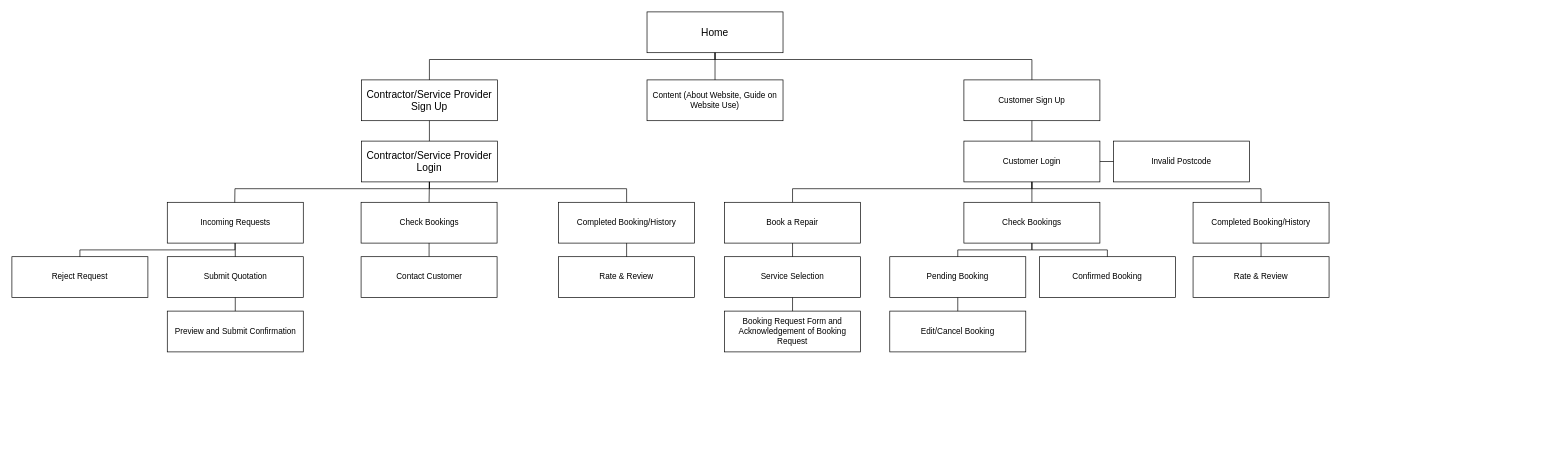
This is WDT Navigational Structure.drawio from JussSelenite/JussSelenite, a draw.io file, before an edit. Source tidied: cells renumbered, new cells numbered last; positions are measured from the earlier drawing's top-left corner, leaving out a move shared by most shapes. Both pictures are drawn from the tidied source at 68%, with x=0, y=0 at pixel (12, 12).
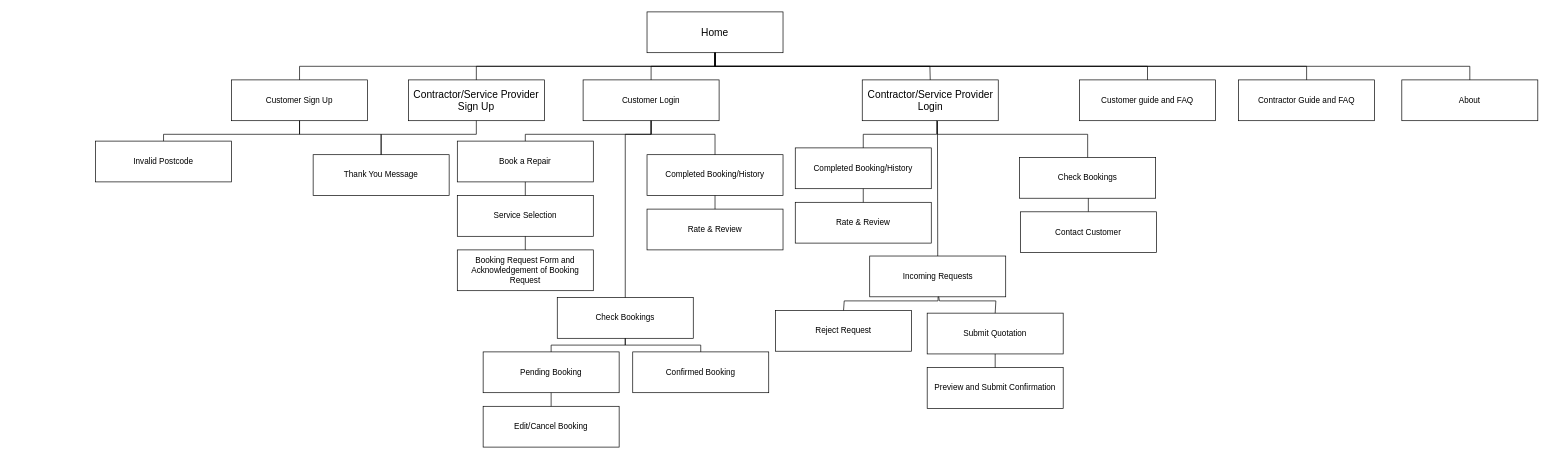
After the change.

Unchanged cells that the change refers to:
```xml
<mxCell id="2" value="&lt;font style=&quot;font-size: 15px;&quot;&gt;Home&lt;/font&gt;" style="rounded=0;whiteSpace=wrap;html=1;" parent="1" vertex="1">
  <mxGeometry x="934" width="200" height="60" as="geometry" />
</mxCell>
```

The edit, as a diff of the source:
```diff
@@
     <mxCell id="3" value="&lt;font style=&quot;font-size: 15px;&quot;&gt;Contractor/Service Provider Sign Up&lt;/font&gt;" style="rounded=0;whiteSpace=wrap;html=1;" parent="1" vertex="1">
-      <mxGeometry x="514" y="100" width="200" height="60" as="geometry" />
+      <mxGeometry x="583" y="100" width="200" height="60" as="geometry" />
     </mxCell>
-    <mxCell id="4" value="Content (About Website, Guide on Website Use)" style="rounded=0;whiteSpace=wrap;html=1;" parent="1" vertex="1">
-      <mxGeometry x="934" y="100" width="200" height="60" as="geometry" />
+    <mxCell id="4" value="Customer guide and FAQ" style="rounded=0;whiteSpace=wrap;html=1;" parent="1" vertex="1">
+      <mxGeometry x="1570" y="100" width="200" height="60" as="geometry" />
     </mxCell>
     <mxCell id="5" value="Customer Sign Up" style="rounded=0;whiteSpace=wrap;html=1;" parent="1" vertex="1">
-      <mxGeometry x="1400" y="100" width="200" height="60" as="geometry" />
+      <mxGeometry x="323" y="100" width="200" height="60" as="geometry" />
     </mxCell>
-    <mxCell id="6" style="endArrow=none;html=1;rounded=0;entryX=0.5;entryY=1;entryDx=0;entryDy=0;exitX=0.5;exitY=0;exitDx=0;exitDy=0;" parent="1" edge="1" source="3" target="2">
-      <mxGeometry relative="1" as="geometry">
-        <Array as="points">
-          <mxPoint x="614" y="70" />
-          <mxPoint x="1034" y="70" />
-        </Array>
-      </mxGeometry>
-    </mxCell>
-    <mxCell id="7" style="endArrow=none;html=1;rounded=0;entryX=0.5;entryY=1;entryDx=0;entryDy=0;exitX=0.5;exitY=0;exitDx=0;exitDy=0;" parent="1" edge="1" source="4" target="2">
-      <mxGeometry relative="1" as="geometry" />
-    </mxCell>
-    <mxCell id="8" style="endArrow=none;html=1;rounded=0;entryX=0.5;entryY=1;entryDx=0;entryDy=0;exitX=0.5;exitY=0;exitDx=0;exitDy=0;" parent="1" edge="1" source="5" target="2">
-      <mxGeometry relative="1" as="geometry">
-        <Array as="points">
-          <mxPoint x="1500" y="70" />
-          <mxPoint x="1034" y="70" />
-        </Array>
-      </mxGeometry>
-    </mxCell>
     <mxCell id="9" value="Invalid Postcode" style="rounded=0;whiteSpace=wrap;html=1;" parent="1" vertex="1">
-      <mxGeometry x="1620" y="190" width="200" height="60" as="geometry" />
+      <mxGeometry x="123" y="190" width="200" height="60" as="geometry" />
     </mxCell>
     <mxCell id="10" value="Customer Login" style="rounded=0;whiteSpace=wrap;html=1;" parent="1" vertex="1">
-      <mxGeometry x="1400" y="190" width="200" height="60" as="geometry" />
+      <mxGeometry x="840" y="100" width="200" height="60" as="geometry" />
     </mxCell>
-    <mxCell id="11" style="endArrow=none;html=1;rounded=0;entryX=0.5;entryY=0;entryDx=0;entryDy=0;exitX=0.5;exitY=1;exitDx=0;exitDy=0;" parent="1" edge="1" source="5" target="10">
-      <mxGeometry relative="1" as="geometry" />
-    </mxCell>
-    <mxCell id="12" style="endArrow=none;html=1;rounded=0;entryX=0;entryY=0.5;entryDx=0;entryDy=0;exitX=1;exitY=0.5;exitDx=0;exitDy=0;" parent="1" edge="1" source="10" target="9">
-      <mxGeometry relative="1" as="geometry" />
-    </mxCell>
     <mxCell id="13" value="Check Bookings" style="rounded=0;whiteSpace=wrap;html=1;" parent="1" vertex="1">
-      <mxGeometry x="1400" y="280" width="200" height="60" as="geometry" />
+      <mxGeometry x="802" y="420" width="200" height="60" as="geometry" />
     </mxCell>
     <mxCell id="14" value="Book a Repair" style="rounded=0;whiteSpace=wrap;html=1;" parent="1" vertex="1">
-      <mxGeometry x="1048" y="280" width="200" height="60" as="geometry" />
+      <mxGeometry x="655" y="190" width="200" height="60" as="geometry" />
     </mxCell>
     <mxCell id="15" value="Completed Booking/History" style="rounded=0;whiteSpace=wrap;html=1;" parent="1" vertex="1">
-      <mxGeometry x="1737" y="280" width="200" height="60" as="geometry" />
+      <mxGeometry x="934" y="210" width="200" height="60" as="geometry" />
     </mxCell>
     <mxCell id="16" style="endArrow=none;html=1;rounded=0;entryX=0.5;entryY=1;entryDx=0;entryDy=0;exitX=0.5;exitY=0;exitDx=0;exitDy=0;" parent="1" edge="1" source="13" target="10">
-      <mxGeometry relative="1" as="geometry" />
+      <mxGeometry relative="1" as="geometry">
+        <Array as="points">
+          <mxPoint x="902" y="180" />
+          <mxPoint x="940" y="180" />
+        </Array>
+      </mxGeometry>
     </mxCell>
     <mxCell id="17" style="endArrow=none;html=1;rounded=0;entryX=0.5;entryY=1;entryDx=0;entryDy=0;exitX=0.5;exitY=0;exitDx=0;exitDy=0;" parent="1" edge="1" source="14" target="10">
       <mxGeometry relative="1" as="geometry">
         <Array as="points">
-          <mxPoint x="1148" y="260" />
-          <mxPoint x="1500" y="260" />
+          <mxPoint x="755" y="180" />
+          <mxPoint x="940" y="180" />
         </Array>
       </mxGeometry>
     </mxCell>
-    <mxCell id="18" style="endArrow=none;html=1;rounded=0;entryX=0.5;entryY=1;entryDx=0;entryDy=0;exitX=0.5;exitY=0;exitDx=0;exitDy=0;" parent="1" edge="1" source="15" target="10">
-      <mxGeometry relative="1" as="geometry">
-        <Array as="points">
-          <mxPoint x="1837" y="260" />
-          <mxPoint x="1500" y="260" />
-        </Array>
-      </mxGeometry>
-    </mxCell>
     <mxCell id="19" value="Service Selection" style="rounded=0;whiteSpace=wrap;html=1;" parent="1" vertex="1">
-      <mxGeometry x="1048" y="360" width="200" height="60" as="geometry" />
+      <mxGeometry x="655" y="270" width="200" height="60" as="geometry" />
     </mxCell>
@@
     <mxCell id="21" value="Booking Request Form and Acknowledgement of Booking Request" style="rounded=0;whiteSpace=wrap;html=1;" parent="1" vertex="1">
-      <mxGeometry x="1048" y="440" width="200" height="60" as="geometry" />
+      <mxGeometry x="655" y="350" width="200" height="60" as="geometry" />
     </mxCell>
@@
     <mxCell id="23" value="Pending Booking" style="rounded=0;whiteSpace=wrap;html=1;" parent="1" vertex="1">
-      <mxGeometry x="1291" y="360" width="200" height="60" as="geometry" />
+      <mxGeometry x="693" y="500" width="200" height="60" as="geometry" />
     </mxCell>
     <mxCell id="24" value="Confirmed Booking" style="rounded=0;whiteSpace=wrap;html=1;" parent="1" vertex="1">
-      <mxGeometry x="1511" y="360" width="200" height="60" as="geometry" />
+      <mxGeometry x="913" y="500" width="200" height="60" as="geometry" />
     </mxCell>
     <mxCell id="25" style="endArrow=none;html=1;rounded=0;entryX=0.5;entryY=1;entryDx=0;entryDy=0;exitX=0.5;exitY=0;exitDx=0;exitDy=0;" parent="1" edge="1" source="23">
       <mxGeometry relative="1" as="geometry">
-        <mxPoint x="1500" y="340" as="targetPoint" />
+        <mxPoint x="902" y="480" as="targetPoint" />
         <Array as="points">
-          <mxPoint x="1391" y="350" />
-          <mxPoint x="1500" y="350" />
+          <mxPoint x="793" y="490" />
+          <mxPoint x="902" y="490" />
         </Array>
       </mxGeometry>
     </mxCell>
     <mxCell id="26" style="endArrow=none;html=1;rounded=0;entryX=0.5;entryY=1;entryDx=0;entryDy=0;exitX=0.5;exitY=0;exitDx=0;exitDy=0;" parent="1" edge="1" source="24" target="13">
       <mxGeometry relative="1" as="geometry">
         <Array as="points">
-          <mxPoint x="1611" y="350" />
-          <mxPoint x="1500" y="350" />
+          <mxPoint x="1013" y="490" />
+          <mxPoint x="902" y="490" />
         </Array>
       </mxGeometry>
     </mxCell>
     <mxCell id="27" value="Edit/Cancel Booking" style="rounded=0;whiteSpace=wrap;html=1;" parent="1" vertex="1">
-      <mxGeometry x="1291" y="440" width="200" height="60" as="geometry" />
+      <mxGeometry x="693" y="580" width="200" height="60" as="geometry" />
     </mxCell>
@@
     <mxCell id="29" value="Rate &amp;amp; Review" style="rounded=0;whiteSpace=wrap;html=1;" parent="1" vertex="1">
-      <mxGeometry x="1737" y="360" width="200" height="60" as="geometry" />
+      <mxGeometry x="934" y="290" width="200" height="60" as="geometry" />
     </mxCell>
@@
     <mxCell id="31" value="&lt;font style=&quot;font-size: 15px;&quot;&gt;Contractor/Service Provider Login&lt;/font&gt;" style="rounded=0;whiteSpace=wrap;html=1;" parent="1" vertex="1">
-      <mxGeometry x="514" y="190" width="200" height="60" as="geometry" />
+      <mxGeometry x="1250.5" y="100" width="200" height="60" as="geometry" />
     </mxCell>
-    <mxCell id="32" style="endArrow=none;html=1;rounded=0;entryX=0.5;entryY=1;entryDx=0;entryDy=0;exitX=0.5;exitY=0;exitDx=0;exitDy=0;" parent="1" edge="1" source="31" target="3">
-      <mxGeometry relative="1" as="geometry" />
-    </mxCell>
     <mxCell id="33" value="Check Bookings" style="rounded=0;whiteSpace=wrap;html=1;" parent="1" vertex="1">
-      <mxGeometry x="513.5" y="280" width="200" height="60" as="geometry" />
+      <mxGeometry x="1482" y="214" width="200" height="60" as="geometry" />
     </mxCell>
     <mxCell id="34" value="Incoming Requests" style="rounded=0;whiteSpace=wrap;html=1;" parent="1" vertex="1">
-      <mxGeometry x="228.5" y="280" width="200" height="60" as="geometry" />
+      <mxGeometry x="1261.5" y="359" width="200" height="60" as="geometry" />
     </mxCell>
     <mxCell id="35" value="Completed Booking/History" style="rounded=0;whiteSpace=wrap;html=1;" parent="1" vertex="1">
-      <mxGeometry x="804" y="280" width="200" height="60" as="geometry" />
+      <mxGeometry x="1152" y="200" width="200" height="60" as="geometry" />
     </mxCell>
     <mxCell id="36" value="Submit Quotation" style="rounded=0;whiteSpace=wrap;html=1;" parent="1" vertex="1">
-      <mxGeometry x="228.5" y="360" width="200" height="60" as="geometry" />
+      <mxGeometry x="1346" y="443" width="200" height="60" as="geometry" />
     </mxCell>
-    <mxCell id="37" style="endArrow=none;html=1;rounded=0;entryX=0.5;entryY=1;entryDx=0;entryDy=0;exitX=0.5;exitY=0;exitDx=0;exitDy=0;" parent="1" edge="1" source="36" target="34">
-      <mxGeometry relative="1" as="geometry" />
+    <mxCell id="37" style="endArrow=none;html=1;rounded=0;exitX=0.5;exitY=0;exitDx=0;exitDy=0;entryX=0.507;entryY=0.994;entryDx=0;entryDy=0;entryPerimeter=0;" parent="1" edge="1" source="36" target="34">
+      <mxGeometry relative="1" as="geometry">
+        <Array as="points">
+          <mxPoint x="1447" y="425" />
+          <mxPoint x="1364" y="425" />
+        </Array>
+      </mxGeometry>
     </mxCell>
     <mxCell id="38" value="Preview and Submit Confirmation" style="rounded=0;whiteSpace=wrap;html=1;" parent="1" vertex="1">
-      <mxGeometry x="228.5" y="440" width="200" height="60" as="geometry" />
+      <mxGeometry x="1346" y="523" width="200" height="60" as="geometry" />
     </mxCell>
@@
     <mxCell id="40" style="endArrow=none;html=1;rounded=0;entryX=0.5;entryY=1;entryDx=0;entryDy=0;exitX=0.5;exitY=0;exitDx=0;exitDy=0;" parent="1" edge="1" source="41">
       <mxGeometry relative="1" as="geometry">
-        <mxPoint x="613.5" y="340" as="targetPoint" />
+        <mxPoint x="1583" y="274" as="targetPoint" />
         <Array as="points">
-          <mxPoint x="613.5" y="350" />
+          <mxPoint x="1583" y="284" />
         </Array>
       </mxGeometry>
     </mxCell>
     <mxCell id="41" value="Contact Customer" style="rounded=0;whiteSpace=wrap;html=1;" parent="1" vertex="1">
-      <mxGeometry x="513.5" y="360" width="200" height="60" as="geometry" />
+      <mxGeometry x="1483" y="294" width="200" height="60" as="geometry" />
     </mxCell>
     <mxCell id="42" value="Rate &amp;amp; Review" style="rounded=0;whiteSpace=wrap;html=1;" parent="1" vertex="1">
-      <mxGeometry x="804" y="360" width="200" height="60" as="geometry" />
+      <mxGeometry x="1152" y="280" width="200" height="60" as="geometry" />
     </mxCell>
@@
     <mxCell id="44" value="Reject Request" style="rounded=0;whiteSpace=wrap;html=1;" parent="1" vertex="1">
-      <mxGeometry y="360" width="200" height="60" as="geometry" />
+      <mxGeometry x="1123" y="439" width="200" height="60" as="geometry" />
     </mxCell>
     <mxCell id="45" style="endArrow=none;html=1;rounded=0;exitX=0.5;exitY=0;exitDx=0;exitDy=0;" parent="1" edge="1" source="44">
       <mxGeometry relative="1" as="geometry">
-        <mxPoint x="328" y="340" as="targetPoint" />
+        <mxPoint x="1362" y="419" as="targetPoint" />
         <Array as="points">
-          <mxPoint x="100" y="350" />
-          <mxPoint x="328" y="350" />
+          <mxPoint x="1224" y="425" />
+          <mxPoint x="1362" y="425" />
         </Array>
       </mxGeometry>
     </mxCell>
-    <mxCell id="46" style="endArrow=none;html=1;rounded=0;entryX=0.5;entryY=1;entryDx=0;entryDy=0;exitX=0.496;exitY=0.005;exitDx=0;exitDy=0;exitPerimeter=0;" parent="1" edge="1" source="34" target="31">
-      <mxGeometry relative="1" as="geometry">
-        <Array as="points">
-          <mxPoint x="328" y="260" />
-          <mxPoint x="614" y="260" />
-        </Array>
-      </mxGeometry>
-    </mxCell>
-    <mxCell id="47" style="endArrow=none;html=1;rounded=0;entryX=0.5;entryY=1;entryDx=0;entryDy=0;exitX=0.5;exitY=0;exitDx=0;exitDy=0;" parent="1" edge="1" source="33" target="31">
-      <mxGeometry relative="1" as="geometry" />
-    </mxCell>
+    <mxCell id="49" value="Thank You Message" style="rounded=0;whiteSpace=wrap;html=1;" parent="1" vertex="1">
+      <mxGeometry x="443" y="210" width="200" height="60" as="geometry" />
+    </mxCell>
+    <mxCell id="50" style="endArrow=none;html=1;rounded=0;entryX=0.5;entryY=1;entryDx=0;entryDy=0;exitX=0.5;exitY=0;exitDx=0;exitDy=0;" parent="1" edge="1" source="9" target="5">
+      <mxGeometry relative="1" as="geometry">
+        <Array as="points">
+          <mxPoint x="223" y="180" />
+          <mxPoint x="423" y="180" />
+        </Array>
+      </mxGeometry>
+    </mxCell>
+    <mxCell id="51" style="endArrow=none;html=1;rounded=0;exitX=0.5;exitY=1;exitDx=0;exitDy=0;entryX=0.5;entryY=0;entryDx=0;entryDy=0;" parent="1" edge="1" source="5" target="49">
+      <mxGeometry relative="1" as="geometry">
+        <Array as="points">
+          <mxPoint x="423" y="180" />
+          <mxPoint x="543" y="180" />
+        </Array>
+      </mxGeometry>
+    </mxCell>
+    <mxCell id="52" style="endArrow=none;html=1;rounded=0;entryX=0.5;entryY=1;entryDx=0;entryDy=0;exitX=0.5;exitY=0;exitDx=0;exitDy=0;" parent="1" edge="1" source="49" target="3">
+      <mxGeometry relative="1" as="geometry">
+        <Array as="points">
+          <mxPoint x="543" y="180" />
+          <mxPoint x="683" y="180" />
+        </Array>
+      </mxGeometry>
+    </mxCell>
+    <mxCell id="53" style="endArrow=none;html=1;rounded=0;entryX=0.5;entryY=0;entryDx=0;entryDy=0;exitX=0.5;exitY=1;exitDx=0;exitDy=0;" parent="1" edge="1" source="10" target="15">
+      <mxGeometry relative="1" as="geometry">
+        <Array as="points">
+          <mxPoint x="940" y="180" />
+          <mxPoint x="1034" y="180" />
+        </Array>
+      </mxGeometry>
+    </mxCell>
+    <mxCell id="54" style="endArrow=none;html=1;rounded=0;entryX=0.5;entryY=0;entryDx=0;entryDy=0;exitX=0.553;exitY=1.009;exitDx=0;exitDy=0;exitPerimeter=0;" parent="1" edge="1" source="31" target="34">
+      <mxGeometry relative="1" as="geometry" />
+    </mxCell>
+    <mxCell id="55" style="endArrow=none;html=1;rounded=0;entryX=0.5;entryY=0;entryDx=0;entryDy=0;exitX=0.552;exitY=1.009;exitDx=0;exitDy=0;exitPerimeter=0;" parent="1" edge="1" source="31" target="33">
+      <mxGeometry relative="1" as="geometry">
+        <Array as="points">
+          <mxPoint x="1361" y="180" />
+          <mxPoint x="1582" y="180" />
+        </Array>
+      </mxGeometry>
+    </mxCell>
-    <mxCell id="48" style="endArrow=none;html=1;rounded=0;entryX=0.5;entryY=0;entryDx=0;entryDy=0;exitX=0.5;exitY=1;exitDx=0;exitDy=0;" parent="1" edge="1" source="31" target="35">
+    <mxCell id="48" style="endArrow=none;html=1;rounded=0;entryX=0.5;entryY=0;entryDx=0;entryDy=0;exitX=0.548;exitY=0.996;exitDx=0;exitDy=0;exitPerimeter=0;" parent="1" edge="1" source="31" target="35">
       <mxGeometry relative="1" as="geometry">
         <Array as="points">
-          <mxPoint x="614" y="260" />
-          <mxPoint x="904" y="260" />
+          <mxPoint x="1360" y="180" />
+          <mxPoint x="1252" y="180" />
         </Array>
       </mxGeometry>
     </mxCell>
+    <mxCell id="8" style="endArrow=none;html=1;rounded=0;entryX=0.5;entryY=1;entryDx=0;entryDy=0;exitX=0.5;exitY=0;exitDx=0;exitDy=0;" parent="1" edge="1" source="5" target="2">
+      <mxGeometry relative="1" as="geometry">
+        <Array as="points">
+          <mxPoint x="423" y="80" />
+          <mxPoint x="1034" y="80" />
+        </Array>
+      </mxGeometry>
+    </mxCell>
+    <mxCell id="6" style="endArrow=none;html=1;rounded=0;exitX=0.5;exitY=0;exitDx=0;exitDy=0;entryX=0.5;entryY=1;entryDx=0;entryDy=0;" parent="1" edge="1" source="3" target="2">
+      <mxGeometry relative="1" as="geometry">
+        <Array as="points">
+          <mxPoint x="683" y="80" />
+          <mxPoint x="1034" y="80" />
+        </Array>
+      </mxGeometry>
+    </mxCell>
+    <mxCell id="56" style="endArrow=none;html=1;rounded=0;entryX=0.5;entryY=1;entryDx=0;entryDy=0;exitX=0.5;exitY=0;exitDx=0;exitDy=0;" parent="1" edge="1" source="10" target="2">
+      <mxGeometry relative="1" as="geometry">
+        <Array as="points">
+          <mxPoint x="940" y="80" />
+          <mxPoint x="1034" y="80" />
+        </Array>
+      </mxGeometry>
+    </mxCell>
+    <mxCell id="57" style="endArrow=none;html=1;rounded=0;entryX=0.5;entryY=0;entryDx=0;entryDy=0;exitX=0.5;exitY=1;exitDx=0;exitDy=0;" parent="1" edge="1" source="2" target="31">
+      <mxGeometry relative="1" as="geometry">
+        <Array as="points">
+          <mxPoint x="1034" y="80" />
+          <mxPoint x="1350" y="80" />
+        </Array>
+      </mxGeometry>
+    </mxCell>
+    <mxCell id="58" style="endArrow=none;html=1;rounded=0;exitX=0.5;exitY=1;exitDx=0;exitDy=0;entryX=0.5;entryY=0;entryDx=0;entryDy=0;" parent="1" edge="1" source="2" target="4">
+      <mxGeometry relative="1" as="geometry">
+        <Array as="points">
+          <mxPoint x="1034" y="80" />
+          <mxPoint x="1670" y="80" />
+        </Array>
+      </mxGeometry>
+    </mxCell>
+    <mxCell id="59" value="About" style="rounded=0;whiteSpace=wrap;html=1;" parent="1" vertex="1">
+      <mxGeometry x="2044" y="100" width="200" height="60" as="geometry" />
+    </mxCell>
+    <mxCell id="60" value="Contractor Guide and FAQ" style="rounded=0;whiteSpace=wrap;html=1;" parent="1" vertex="1">
+      <mxGeometry x="1804" y="100" width="200" height="60" as="geometry" />
+    </mxCell>
+    <mxCell id="61" style="endArrow=none;html=1;rounded=0;entryX=0.5;entryY=0;entryDx=0;entryDy=0;" parent="1" edge="1" target="60">
+      <mxGeometry relative="1" as="geometry">
+        <mxPoint x="1034" y="60" as="sourcePoint" />
+        <Array as="points">
+          <mxPoint x="1034" y="80" />
+          <mxPoint x="1904" y="80" />
+        </Array>
+      </mxGeometry>
+    </mxCell>
+    <mxCell id="62" style="endArrow=none;html=1;rounded=0;entryX=0.5;entryY=0;entryDx=0;entryDy=0;exitX=0.5;exitY=1;exitDx=0;exitDy=0;" parent="1" edge="1" source="2" target="59">
+      <mxGeometry relative="1" as="geometry">
+        <Array as="points">
+          <mxPoint x="1034" y="80" />
+          <mxPoint x="2144" y="80" />
+        </Array>
+      </mxGeometry>
+    </mxCell>
```
